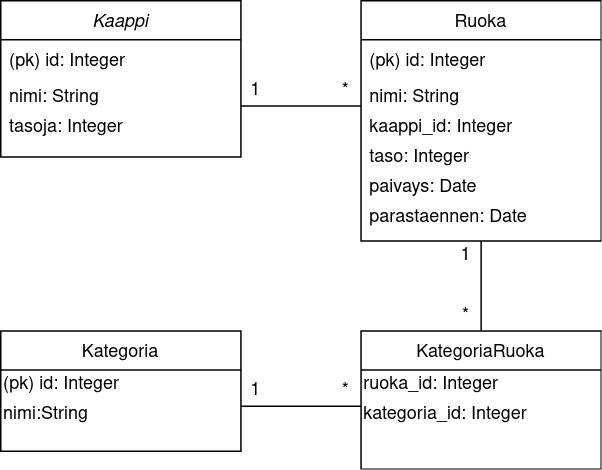
Earlier version of the draw.io export tietokantakaavio.png (lukxsx/PakastimenHallinta). Source tidied: cells renumbered, new cells last; positions are measured from the earlier drawing's top-left corner, leaving out a move shared by most shapes.
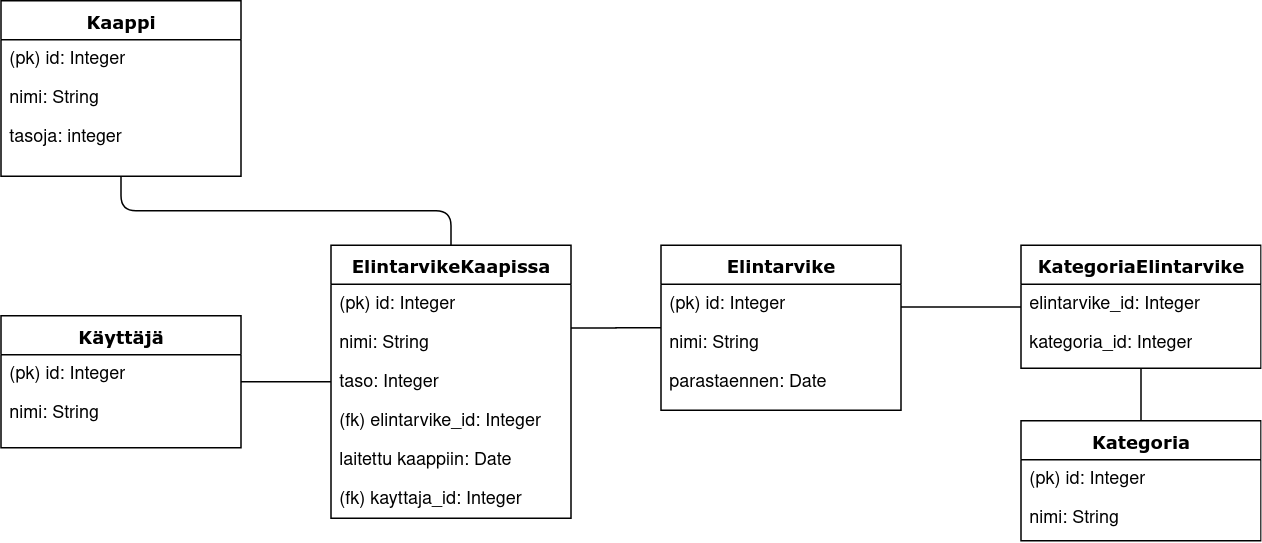
Later version of the same file.

Commit message:
Tietokantakaavio päivitetty, tietokantaa hieman muutettu ja lisätty käyttäjät

What changed in the source:
```diff
@@ -1,88 +1,93 @@
-<mxGraphModel>
+<mxGraphModel background="#ffffff">
   <root>
-    <mxCell id="0" />
-    <mxCell id="1" parent="0" />
+    <mxCell id="28" />
+    <mxCell id="29" parent="28" />
+    <mxCell id="30" style="edgeStyle=elbowEdgeStyle;html=1;labelBackgroundColor=none;startFill=0;startSize=8;endArrow=none;endFill=0;endSize=16;fontFamily=Verdana;fontSize=12;elbow=vertical;" parent="29" edge="1" source="40" target="43">
+      <mxGeometry relative="1" as="geometry" />
+    </mxCell>
+    <mxCell id="31" style="edgeStyle=orthogonalEdgeStyle;html=1;labelBackgroundColor=none;startFill=0;startSize=8;endArrow=none;endFill=0;endSize=16;fontFamily=Verdana;fontSize=12;" parent="29" edge="1" source="6" target="43">
+      <mxGeometry relative="1" as="geometry" />
+    </mxCell>
+    <mxCell id="32" style="edgeStyle=elbowEdgeStyle;html=1;labelBackgroundColor=none;startFill=0;startSize=8;endArrow=none;endFill=0;endSize=16;fontFamily=Verdana;fontSize=12;elbow=vertical;entryX=0.5;entryY=0;entryDx=0;entryDy=0;" parent="29" edge="1" source="2" target="45">
+      <mxGeometry relative="1" as="geometry" />
+    </mxCell>
+    <mxCell id="33" style="edgeStyle=orthogonalEdgeStyle;rounded=0;jettySize=auto;html=1;entryX=0.875;entryY=0.123;entryDx=0;entryDy=0;entryPerimeter=0;endArrow=none;endFill=0;" parent="29" edge="1" source="40" target="47">
+      <mxGeometry relative="1" as="geometry" />
+    </mxCell>
+    <mxCell id="34" style="edgeStyle=orthogonalEdgeStyle;rounded=0;jettySize=auto;html=1;endArrow=none;endFill=0;" parent="29" edge="1" source="51" target="19">
+      <mxGeometry relative="1" as="geometry" />
+    </mxCell>
-    <mxCell id="2" value="Kaappi" style="swimlane;fontStyle=2;align=center;verticalAlign=top;horizontal=1;startSize=26;rounded=0;shadow=0;strokeWidth=1;" parent="1" vertex="1">
-      <mxGeometry width="160" height="104" as="geometry" />
+    <mxCell id="2" value="Kaappi" style="swimlane;html=1;fontStyle=1;align=center;verticalAlign=top;horizontal=1;startSize=26;swimlaneFillColor=#ffffff;rounded=0;shadow=0;comic=0;labelBackgroundColor=none;strokeWidth=1;fillColor=none;fontFamily=Verdana;fontSize=12;" parent="29" vertex="1">
+      <mxGeometry x="-240" y="-40" width="160" height="117" as="geometry" />
     </mxCell>
-    <mxCell id="3" value="(pk) id: Integer" style="text;align=left;verticalAlign=top;spacingLeft=4;spacingRight=4;overflow=hidden;" parent="2" vertex="1">
-      <mxGeometry y="26" width="160" height="24" as="geometry" />
-    </mxCell>
-    <mxCell id="4" value="nimi: String" style="text;align=left;verticalAlign=top;spacingLeft=4;spacingRight=4;overflow=hidden;rounded=0;shadow=0;html=0;" parent="2" vertex="1">
-      <mxGeometry y="50" width="160" height="20" as="geometry" />
-    </mxCell>
-    <mxCell id="5" value="tasoja: Integer" style="text;align=left;verticalAlign=top;spacingLeft=4;spacingRight=4;overflow=hidden;points=[[0,0.5],[1,0.5]];portConstraint=eastwest;rounded=0;shadow=0;html=0;" parent="2" vertex="1">
-      <mxGeometry y="70" width="160" height="20" as="geometry" />
-    </mxCell>
+    <mxCell id="35" value="(pk) id: Integer" style="text;html=1;strokeColor=none;fillColor=none;align=left;verticalAlign=top;spacingLeft=4;spacingRight=4;whiteSpace=wrap;overflow=hidden;" parent="2" vertex="1">
+      <mxGeometry y="26" width="160" height="26" as="geometry" />
+    </mxCell>
+    <mxCell id="36" value="nimi: String" style="text;html=1;strokeColor=none;fillColor=none;align=left;verticalAlign=top;spacingLeft=4;spacingRight=4;whiteSpace=wrap;overflow=hidden;" parent="2" vertex="1">
+      <mxGeometry y="52" width="160" height="26" as="geometry" />
+    </mxCell>
+    <mxCell id="37" value="tasoja: integer" style="text;html=1;strokeColor=none;fillColor=none;align=left;verticalAlign=top;spacingLeft=4;spacingRight=4;whiteSpace=wrap;overflow=hidden;" parent="2" vertex="1">
+      <mxGeometry y="78" width="160" height="26" as="geometry" />
+    </mxCell>
-    <mxCell id="6" value="Kategoria" style="swimlane;fontStyle=0;align=center;verticalAlign=top;horizontal=1;startSize=26;rounded=0;shadow=0;strokeWidth=1;" parent="1" vertex="1">
-      <mxGeometry y="220" width="160" height="80" as="geometry" />
+    <mxCell id="6" value="Kategoria" style="swimlane;html=1;fontStyle=1;align=center;verticalAlign=top;horizontal=1;startSize=26;swimlaneFillColor=#ffffff;rounded=0;shadow=0;comic=0;labelBackgroundColor=none;strokeWidth=1;fillColor=none;fontFamily=Verdana;fontSize=12;" parent="29" vertex="1">
+      <mxGeometry x="440" y="240" width="160" height="80" as="geometry" />
     </mxCell>
-    <mxCell id="7" value="(pk) id: Integer" style="text;html=1;strokeColor=none;fillColor=none;align=left;verticalAlign=middle;whiteSpace=wrap;rounded=0;" parent="6" vertex="1">
-      <mxGeometry y="26" width="160" height="20" as="geometry" />
-    </mxCell>
-    <mxCell id="8" value="nimi:String" style="text;html=1;strokeColor=none;fillColor=none;align=left;verticalAlign=middle;whiteSpace=wrap;rounded=0;" parent="6" vertex="1">
-      <mxGeometry y="46" width="160" height="20" as="geometry" />
-    </mxCell>
-    <mxCell id="9" style="edgeStyle=orthogonalEdgeStyle;rounded=0;jettySize=auto;html=1;entryX=0.5;entryY=0;entryDx=0;entryDy=0;" parent="1" edge="1" source="10">
-      <mxGeometry relative="1" as="geometry">
-        <mxPoint x="320" y="246" as="targetPoint" />
-      </mxGeometry>
-    </mxCell>
-    <mxCell id="10" value="Ruoka" style="swimlane;fontStyle=0;align=center;verticalAlign=top;horizontal=1;startSize=26;rounded=0;shadow=0;strokeWidth=1;" parent="1" vertex="1">
-      <mxGeometry x="240" width="160" height="160" as="geometry" />
-    </mxCell>
-    <mxCell id="11" value="(pk) id: Integer" style="text;align=left;verticalAlign=top;spacingLeft=4;spacingRight=4;overflow=hidden;" parent="10" vertex="1">
-      <mxGeometry y="26" width="160" height="24" as="geometry" />
-    </mxCell>
-    <mxCell id="12" value="nimi: String" style="text;align=left;verticalAlign=top;spacingLeft=4;spacingRight=4;overflow=hidden;rounded=0;shadow=0;html=0;" parent="10" vertex="1">
-      <mxGeometry y="50" width="160" height="20" as="geometry" />
-    </mxCell>
-    <mxCell id="13" value="KategoriaRuoka" style="swimlane;fontStyle=0;align=center;verticalAlign=top;horizontal=1;startSize=26;rounded=0;shadow=0;strokeWidth=1;" parent="1" vertex="1">
-      <mxGeometry x="240" y="220" width="160" height="92" as="geometry" />
-    </mxCell>
-    <mxCell id="14" value="&lt;div align=&quot;left&quot;&gt;ruoka_id: Integer&lt;br&gt;&lt;/div&gt;" style="text;html=1;strokeColor=none;fillColor=none;align=left;verticalAlign=middle;whiteSpace=wrap;rounded=0;" parent="13" vertex="1">
-      <mxGeometry y="26" width="160" height="20" as="geometry" />
-    </mxCell>
+    <mxCell id="38" value="(pk) id: Integer" style="text;html=1;strokeColor=none;fillColor=none;align=left;verticalAlign=top;spacingLeft=4;spacingRight=4;whiteSpace=wrap;overflow=hidden;" parent="6" vertex="1">
+      <mxGeometry y="26" width="160" height="26" as="geometry" />
+    </mxCell>
+    <mxCell id="39" value="nimi: String" style="text;html=1;strokeColor=none;fillColor=none;align=left;verticalAlign=top;spacingLeft=4;spacingRight=4;whiteSpace=wrap;overflow=hidden;" parent="6" vertex="1">
+      <mxGeometry y="52" width="160" height="26" as="geometry" />
+    </mxCell>
+    <mxCell id="40" value="Elintarvike" style="swimlane;html=1;fontStyle=1;align=center;verticalAlign=top;horizontal=1;startSize=26;swimlaneFillColor=#ffffff;rounded=0;shadow=0;comic=0;labelBackgroundColor=none;strokeWidth=1;fillColor=none;fontFamily=Verdana;fontSize=12;" parent="29" vertex="1">
+      <mxGeometry x="200" y="123" width="160" height="110" as="geometry" />
+    </mxCell>
+    <mxCell id="41" value="(pk) id: Integer" style="text;html=1;strokeColor=none;fillColor=none;align=left;verticalAlign=top;spacingLeft=4;spacingRight=4;whiteSpace=wrap;overflow=hidden;" parent="40" vertex="1">
+      <mxGeometry y="26" width="160" height="26" as="geometry" />
+    </mxCell>
+    <mxCell id="42" value="nimi: String" style="text;html=1;strokeColor=none;fillColor=none;align=left;verticalAlign=top;spacingLeft=4;spacingRight=4;whiteSpace=wrap;overflow=hidden;" parent="40" vertex="1">
+      <mxGeometry y="52" width="160" height="26" as="geometry" />
+    </mxCell>
+    <mxCell id="18" value="parastaennen: Date" style="text;html=1;strokeColor=none;fillColor=none;align=left;verticalAlign=top;spacingLeft=4;spacingRight=4;whiteSpace=wrap;overflow=hidden;" parent="40" vertex="1">
+      <mxGeometry y="78" width="160" height="26" as="geometry" />
+    </mxCell>
+    <mxCell id="43" value="KategoriaElintarvike" style="swimlane;html=1;fontStyle=1;align=center;verticalAlign=top;horizontal=1;startSize=26;swimlaneFillColor=#ffffff;rounded=0;shadow=0;comic=0;labelBackgroundColor=none;strokeWidth=1;fillColor=none;fontFamily=Verdana;fontSize=12;" parent="29" vertex="1">
+      <mxGeometry x="440" y="123" width="160" height="82" as="geometry" />
+    </mxCell>
+    <mxCell id="44" value="elintarvike_id: Integer" style="text;html=1;strokeColor=none;fillColor=none;align=left;verticalAlign=top;spacingLeft=4;spacingRight=4;whiteSpace=wrap;overflow=hidden;" parent="43" vertex="1">
+      <mxGeometry y="26" width="160" height="26" as="geometry" />
+    </mxCell>
-    <mxCell id="15" value="&lt;div align=&quot;left&quot;&gt;kategoria_id: Integer&lt;br&gt;&lt;/div&gt;" style="text;html=1;align=left;verticalAlign=middle;" parent="13" vertex="1">
-      <mxGeometry y="46" width="160" height="20" as="geometry" />
+    <mxCell id="15" value="kategoria_id: Integer" style="text;html=1;strokeColor=none;fillColor=none;align=left;verticalAlign=top;spacingLeft=4;spacingRight=4;whiteSpace=wrap;overflow=hidden;" parent="43" vertex="1">
+      <mxGeometry y="52" width="160" height="26" as="geometry" />
     </mxCell>
-    <mxCell id="16" value="paivays: Date" style="text;align=left;verticalAlign=top;spacingLeft=4;spacingRight=4;overflow=hidden;rounded=0;shadow=0;html=0;" parent="1" vertex="1">
-      <mxGeometry x="240" y="110" width="160" height="20" as="geometry" />
-    </mxCell>
-    <mxCell id="17" value="kaappi_id: Integer" style="text;align=left;verticalAlign=top;spacingLeft=4;spacingRight=4;overflow=hidden;points=[[0,0.5],[1,0.5]];portConstraint=eastwest;rounded=0;shadow=0;html=0;" parent="1" vertex="1">
-      <mxGeometry x="240" y="70" width="160" height="20" as="geometry" />
-    </mxCell>
-    <mxCell id="18" value="parastaennen: Date" style="text;align=left;verticalAlign=top;spacingLeft=4;spacingRight=4;overflow=hidden;rounded=0;shadow=0;html=0;" parent="1" vertex="1">
-      <mxGeometry x="240" y="130" width="160" height="20" as="geometry" />
-    </mxCell>
+    <mxCell id="45" value="ElintarvikeKaapissa" style="swimlane;html=1;fontStyle=1;align=center;verticalAlign=top;horizontal=1;startSize=26;swimlaneFillColor=#ffffff;rounded=0;shadow=0;comic=0;labelBackgroundColor=none;strokeWidth=1;fillColor=none;fontFamily=Verdana;fontSize=12;" parent="29" vertex="1">
+      <mxGeometry x="-20" y="123" width="160" height="182" as="geometry" />
+    </mxCell>
+    <mxCell id="46" value="(pk) id: Integer" style="text;html=1;strokeColor=none;fillColor=none;align=left;verticalAlign=top;spacingLeft=4;spacingRight=4;whiteSpace=wrap;overflow=hidden;" parent="45" vertex="1">
+      <mxGeometry y="26" width="160" height="26" as="geometry" />
+    </mxCell>
+    <mxCell id="47" value="nimi: String" style="text;html=1;strokeColor=none;fillColor=none;align=left;verticalAlign=top;spacingLeft=4;spacingRight=4;whiteSpace=wrap;overflow=hidden;points=[[0,0.5],[1,0.5]];portConstraint=eastwest;" parent="45" vertex="1">
+      <mxGeometry y="52" width="160" height="26" as="geometry" />
+    </mxCell>
-    <mxCell id="19" value="taso: Integer" style="text;align=left;verticalAlign=top;spacingLeft=4;spacingRight=4;overflow=hidden;points=[[0,0.5],[1,0.5]];portConstraint=eastwest;rounded=0;shadow=0;html=0;" parent="1" vertex="1">
-      <mxGeometry x="240" y="90" width="160" height="20" as="geometry" />
+    <mxCell id="19" value="taso: Integer" style="text;html=1;strokeColor=none;fillColor=none;align=left;verticalAlign=top;spacingLeft=4;spacingRight=4;whiteSpace=wrap;overflow=hidden;points=[[0,0.5],[1,0.5]];portConstraint=eastwest;" parent="45" vertex="1">
+      <mxGeometry y="78" width="160" height="26" as="geometry" />
     </mxCell>
-    <mxCell id="20" style="endArrow=none;html=1;strokeColor=#000000;entryX=0;entryY=0;entryDx=0;entryDy=0;entryPerimeter=0;exitX=1;exitY=0;exitDx=0;exitDy=0;exitPerimeter=0;" parent="1" edge="1" source="5" target="17">
-      <mxGeometry relative="1" as="geometry" />
-    </mxCell>
-    <mxCell id="21" value="*" style="text;html=1;strokeColor=none;fillColor=none;align=center;verticalAlign=middle;whiteSpace=wrap;rounded=0;" parent="1" vertex="1">
-      <mxGeometry x="210" y="50" width="40" height="20" as="geometry" />
-    </mxCell>
-    <mxCell id="22" value="1" style="text;html=1;strokeColor=none;fillColor=none;align=center;verticalAlign=middle;whiteSpace=wrap;rounded=0;" parent="1" vertex="1">
-      <mxGeometry x="150" y="50" width="40" height="20" as="geometry" />
-    </mxCell>
-    <mxCell id="23" style="endArrow=none;html=1;strokeColor=#000000;entryX=0.75;entryY=1;entryDx=0;entryDy=0;" parent="1" edge="1" target="24">
-      <mxGeometry relative="1" as="geometry">
-        <mxPoint x="160" y="270" as="sourcePoint" />
-      </mxGeometry>
-    </mxCell>
-    <mxCell id="24" value="*" style="text;html=1;strokeColor=none;fillColor=none;align=center;verticalAlign=middle;whiteSpace=wrap;rounded=0;" parent="1" vertex="1">
-      <mxGeometry x="210" y="250" width="40" height="20" as="geometry" />
-    </mxCell>
-    <mxCell id="25" value="*" style="text;html=1;strokeColor=none;fillColor=none;align=center;verticalAlign=middle;whiteSpace=wrap;rounded=0;" parent="1" vertex="1">
-      <mxGeometry x="290" y="200" width="40" height="20" as="geometry" />
-    </mxCell>
-    <mxCell id="26" value="1" style="text;html=1;strokeColor=none;fillColor=none;align=center;verticalAlign=middle;whiteSpace=wrap;rounded=0;" parent="1" vertex="1">
-      <mxGeometry x="150" y="250" width="40" height="20" as="geometry" />
-    </mxCell>
-    <mxCell id="27" value="1" style="text;html=1;strokeColor=none;fillColor=none;align=center;verticalAlign=middle;whiteSpace=wrap;rounded=0;" parent="1" vertex="1">
-      <mxGeometry x="290" y="160" width="40" height="20" as="geometry" />
-    </mxCell>
+    <mxCell id="48" value="(fk) elintarvike_id: Integer" style="text;html=1;strokeColor=none;fillColor=none;align=left;verticalAlign=top;spacingLeft=4;spacingRight=4;whiteSpace=wrap;overflow=hidden;" parent="45" vertex="1">
+      <mxGeometry y="104" width="160" height="26" as="geometry" />
+    </mxCell>
+    <mxCell id="49" value="laitettu kaappiin: Date" style="text;html=1;strokeColor=none;fillColor=none;align=left;verticalAlign=top;spacingLeft=4;spacingRight=4;whiteSpace=wrap;overflow=hidden;" parent="45" vertex="1">
+      <mxGeometry y="130" width="160" height="26" as="geometry" />
+    </mxCell>
+    <mxCell id="50" value="(fk) kayttaja_id: Integer" style="text;html=1;strokeColor=none;fillColor=none;align=left;verticalAlign=top;spacingLeft=4;spacingRight=4;whiteSpace=wrap;overflow=hidden;" parent="45" vertex="1">
+      <mxGeometry y="156" width="160" height="26" as="geometry" />
+    </mxCell>
+    <mxCell id="51" value="Käyttäjä" style="swimlane;html=1;fontStyle=1;align=center;verticalAlign=top;horizontal=1;startSize=26;swimlaneFillColor=#ffffff;rounded=0;shadow=0;comic=0;labelBackgroundColor=none;strokeWidth=1;fillColor=none;fontFamily=Verdana;fontSize=12;" parent="29" vertex="1">
+      <mxGeometry x="-240" y="170" width="160" height="88" as="geometry" />
+    </mxCell>
+    <mxCell id="52" value="(pk) id: Integer" style="text;html=1;strokeColor=none;fillColor=none;align=left;verticalAlign=top;spacingLeft=4;spacingRight=4;whiteSpace=wrap;overflow=hidden;" parent="51" vertex="1">
+      <mxGeometry y="26" width="160" height="26" as="geometry" />
+    </mxCell>
+    <mxCell id="53" value="nimi: String" style="text;html=1;strokeColor=none;fillColor=none;align=left;verticalAlign=top;spacingLeft=4;spacingRight=4;whiteSpace=wrap;overflow=hidden;" parent="51" vertex="1">
+      <mxGeometry y="52" width="160" height="26" as="geometry" />
+    </mxCell>
   </root>
 </mxGraphModel>
```
